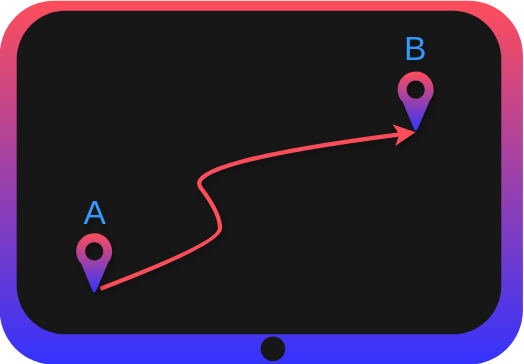
Earlier version of the draw.io export assets/svg/path_planning.svg (arghadeep25/arghadeep25.github.io). Source tidied: cells renumbered, new cells last; positions are measured from the earlier drawing's top-left corner, leaving out a move shared by most shapes.
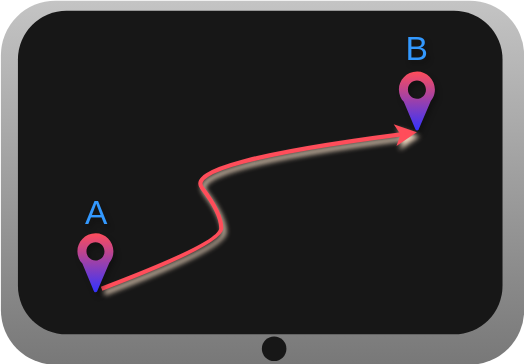
Later version of the same file.

Change to the diagram source:
```diff
@@ -5,13 +5,13 @@
     <mxCell id="2" style="group;" parent="1" vertex="1">
       <mxGeometry x="0.1" width="373.8" height="260" as="geometry" />
     </mxCell>
-    <mxCell id="3" style="rounded=1;whiteSpace=wrap;html=1;fillColor=#FF4D5A;strokeColor=none;gradientColor=#3333FF;" parent="2" vertex="1">
+    <mxCell id="3" style="rounded=1;whiteSpace=wrap;html=1;fillColor=#C4C4C4;strokeColor=none;gradientColor=#787878;" parent="2" vertex="1">
       <mxGeometry width="373.8" height="260" as="geometry" />
     </mxCell>
     <mxCell id="4" style="rounded=1;whiteSpace=wrap;html=1;fillColor=#171717;strokeColor=none;" parent="2" vertex="1">
       <mxGeometry x="12.2" y="7.2" width="346.1" height="231.1" as="geometry" />
     </mxCell>
-    <mxCell id="5" style="curved=1;endArrow=classic;html=1;rounded=0;endFill=1;entryX=0.5;entryY=1.03;entryDx=0;entryDy=0;entryPerimeter=0;exitX=0.672;exitY=0.939;exitDx=0;exitDy=0;exitPerimeter=0;strokeWidth=3;strokeColor=#FF4D5A;shadow=1;" parent="2" edge="1" source="6" target="7">
+    <mxCell id="5" style="curved=1;endArrow=classic;html=1;rounded=0;endFill=1;entryX=0.5;entryY=1.03;entryDx=0;entryDy=0;entryPerimeter=0;exitX=0.672;exitY=0.939;exitDx=0;exitDy=0;exitPerimeter=0;strokeWidth=3;strokeColor=#FF4D5A;shadow=1;flowAnimation=0;backgroundOutline=0;shadowColor=#FFE6CC;shadowOpacity=90;" parent="2" edge="1" source="6" target="7">
       <mxGeometry relative="1" as="geometry">
         <Array as="points">
           <mxPoint x="157.4" y="173.3" />
```
